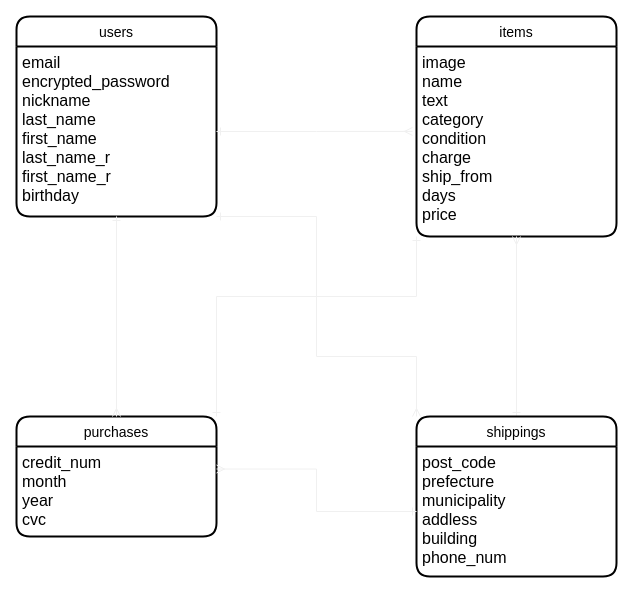
Before: er.dio in jinkeipooh/furima-35952, a draw.io diagram. Source tidied: cells renumbered, new cells numbered last; positions are measured from the earlier drawing's top-left corner, leaving out a move shared by most shapes. Both pictures are drawn from the tidied source at 100%, with x=0, y=0 at pixel (16, 16).
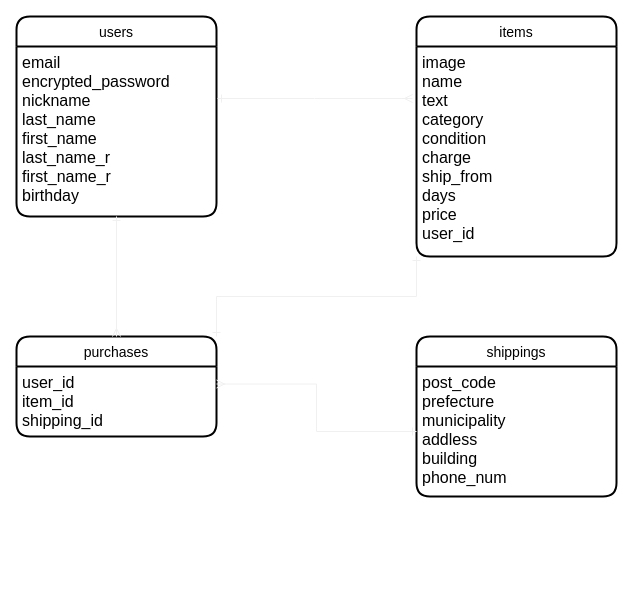
The same diagram, later.

Commit message (it also covers changes not shown here):
データベース設計

What changed in the source:
```diff
@@
 <mxGraphModel>
   <root>
     <mxCell id="0" />
     <mxCell id="1" parent="0" />
     <mxCell id="2" value="users" style="swimlane;horizontal=1;startSize=30;rounded=1;fontSize=14;fontStyle=0;strokeWidth=2;shadow=0;dashed=0;align=center;" parent="1" vertex="1">
       <mxGeometry width="200" height="200" as="geometry" />
     </mxCell>
     <mxCell id="3" value="email&#10;encrypted_password&#10;nickname&#10;last_name&#10;first_name&#10;last_name_r&#10;first_name_r&#10;birthday" style="align=left;strokeColor=none;fillColor=none;spacingLeft=4;fontSize=16;verticalAlign=top;" parent="2" vertex="1">
       <mxGeometry y="30" width="200" height="170" as="geometry" />
     </mxCell>
     <mxCell id="4" value="items" style="swimlane;horizontal=1;startSize=30;rounded=1;fontSize=14;fontStyle=0;strokeWidth=2;shadow=0;dashed=0;align=center;" parent="1" vertex="1">
-      <mxGeometry x="400" width="200" height="220" as="geometry" />
+      <mxGeometry x="400" width="200" height="240" as="geometry" />
     </mxCell>
-    <mxCell id="5" value="image&#10;name&#10;text&#10;category&#10;condition&#10;charge&#10;ship_from&#10;days&#10;price&#10;" style="align=left;strokeColor=none;fillColor=none;spacingLeft=4;fontSize=16;verticalAlign=top;" parent="4" vertex="1">
-      <mxGeometry y="30" width="200" height="190" as="geometry" />
+    <mxCell id="5" value="image&#10;name&#10;text&#10;category&#10;condition&#10;charge&#10;ship_from&#10;days&#10;price&#10;user_id&#10;&#10;" style="align=left;strokeColor=none;fillColor=none;spacingLeft=4;fontSize=16;verticalAlign=top;" parent="4" vertex="1">
+      <mxGeometry y="30" width="200" height="210" as="geometry" />
     </mxCell>
-    <mxCell id="6" style="edgeStyle=orthogonalEdgeStyle;rounded=0;jettySize=auto;html=1;exitX=0.5;exitY=0;exitDx=0;exitDy=0;entryX=0.5;entryY=1;entryDx=0;entryDy=0;startArrow=ERone;startFill=0;endArrow=ERmany;endFill=0;targetPerimeterSpacing=0;strokeColor=#F0F0F0;strokeWidth=1;fontSize=16;" parent="1" edge="1" source="7" target="5">
-      <mxGeometry relative="1" as="geometry" />
-    </mxCell>
     <mxCell id="7" value="shippings" style="swimlane;horizontal=1;startSize=30;rounded=1;fontSize=14;fontStyle=0;strokeWidth=2;shadow=0;dashed=0;align=center;" parent="1" vertex="1">
-      <mxGeometry x="400" y="400" width="200" height="160" as="geometry" />
+      <mxGeometry x="400" y="320" width="200" height="160" as="geometry" />
     </mxCell>
     <mxCell id="8" value="post_code&#10;prefecture&#10;municipality&#10;addless&#10;building&#10;phone_num" style="align=left;strokeColor=none;fillColor=none;spacingLeft=4;fontSize=16;verticalAlign=top;" parent="7" vertex="1">
       <mxGeometry y="30" width="200" height="130" as="geometry" />
     </mxCell>
     <mxCell id="9" value="purchases" style="swimlane;horizontal=1;startSize=30;rounded=1;fontSize=14;fontStyle=0;strokeWidth=2;shadow=0;dashed=0;align=center;" parent="1" vertex="1">
-      <mxGeometry y="400" width="200" height="120" as="geometry" />
+      <mxGeometry y="320" width="200" height="100" as="geometry" />
     </mxCell>
-    <mxCell id="10" value="credit_num&#10;month&#10;year&#10;cvc&#10;" style="align=left;strokeColor=none;fillColor=none;spacingLeft=4;fontSize=16;verticalAlign=top;" parent="9" vertex="1">
-      <mxGeometry y="30" width="200" height="90" as="geometry" />
+    <mxCell id="10" value="user_id&#10;item_id&#10;shipping_id" style="align=left;strokeColor=none;fillColor=none;spacingLeft=4;fontSize=16;verticalAlign=top;" parent="9" vertex="1">
+      <mxGeometry y="30" width="200" height="70" as="geometry" />
     </mxCell>
-    <mxCell id="11" style="edgeStyle=orthogonalEdgeStyle;jettySize=auto;html=1;exitX=1;exitY=0.5;exitDx=0;exitDy=0;entryX=-0.02;entryY=0.447;entryDx=0;entryDy=0;entryPerimeter=0;fontSize=16;targetPerimeterSpacing=0;startArrow=ERone;startFill=0;endArrow=ERmany;endFill=0;strokeWidth=1;rounded=0;strokeColor=#F0F0F0;" parent="1" edge="1" source="3" target="5">
-      <mxGeometry relative="1" as="geometry" />
+    <mxCell id="11" style="edgeStyle=orthogonalEdgeStyle;jettySize=auto;html=1;exitX=1.005;exitY=0.306;exitDx=0;exitDy=0;fontSize=16;targetPerimeterSpacing=0;startArrow=ERone;startFill=0;endArrow=ERmany;endFill=0;strokeWidth=1;rounded=0;strokeColor=#F0F0F0;exitPerimeter=0;" parent="1" edge="1" source="3">
+      <mxGeometry relative="1" as="geometry">
+        <mxPoint x="396" y="82" as="targetPoint" />
+      </mxGeometry>
     </mxCell>
     <mxCell id="12" style="edgeStyle=orthogonalEdgeStyle;rounded=0;jettySize=auto;html=1;exitX=0.5;exitY=1;exitDx=0;exitDy=0;entryX=0.5;entryY=0;entryDx=0;entryDy=0;startArrow=ERone;startFill=0;endArrow=ERmany;endFill=0;targetPerimeterSpacing=0;strokeColor=#F0F0F0;strokeWidth=1;fontSize=16;" parent="1" edge="1" source="3" target="9">
       <mxGeometry relative="1" as="geometry" />
     </mxCell>
     <mxCell id="13" style="edgeStyle=orthogonalEdgeStyle;rounded=0;jettySize=auto;html=1;exitX=0;exitY=0.5;exitDx=0;exitDy=0;entryX=1;entryY=0.25;entryDx=0;entryDy=0;startArrow=ERone;startFill=0;endArrow=ERmany;endFill=0;targetPerimeterSpacing=0;strokeColor=#F0F0F0;strokeWidth=1;fontSize=16;" parent="1" edge="1" source="8" target="10">
       <mxGeometry relative="1" as="geometry" />
     </mxCell>
-    <mxCell id="14" style="edgeStyle=orthogonalEdgeStyle;rounded=0;jettySize=auto;html=1;exitX=1;exitY=1;exitDx=0;exitDy=0;entryX=0;entryY=0;entryDx=0;entryDy=0;startArrow=ERone;startFill=0;endArrow=ERmany;endFill=0;targetPerimeterSpacing=0;strokeColor=#F0F0F0;strokeWidth=1;fontSize=16;" parent="1" edge="1" source="3" target="7">
-      <mxGeometry relative="1" as="geometry">
-        <Array as="points">
-          <mxPoint x="300" y="200" />
-          <mxPoint x="300" y="340" />
-          <mxPoint x="400" y="340" />
-        </Array>
-      </mxGeometry>
-    </mxCell>
     <mxCell id="15" style="edgeStyle=orthogonalEdgeStyle;rounded=0;jettySize=auto;html=1;exitX=0;exitY=1;exitDx=0;exitDy=0;entryX=1;entryY=0;entryDx=0;entryDy=0;startArrow=ERone;startFill=0;endArrow=ERone;endFill=0;targetPerimeterSpacing=0;strokeColor=#F0F0F0;strokeWidth=1;fontSize=16;" parent="1" edge="1" source="5" target="9">
       <mxGeometry relative="1" as="geometry">
         <Array as="points">
           <mxPoint x="400" y="280" />
           <mxPoint x="200" y="280" />
         </Array>
       </mxGeometry>
     </mxCell>
   </root>
 </mxGraphModel>
```
